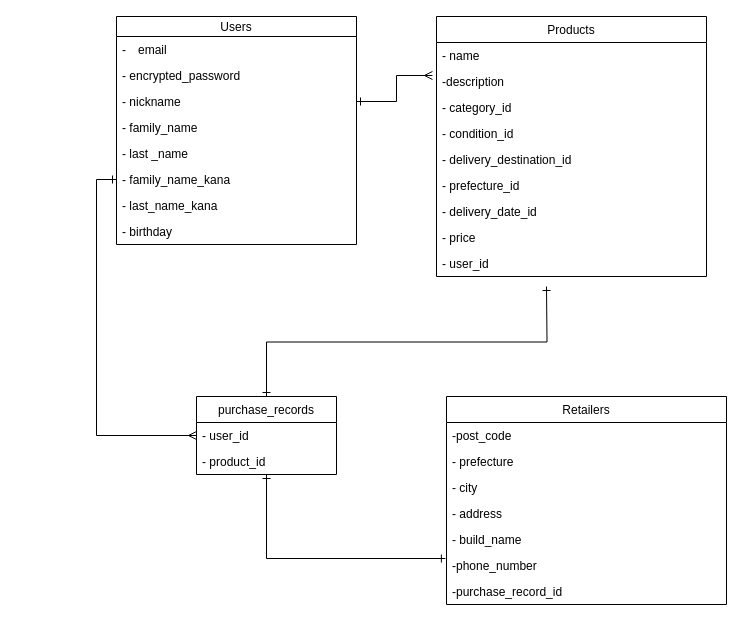
Above: furima_36079.dio in ayachuu/furima-36079 (draw.io), before the change. Source tidied: cells renumbered, new cells numbered last; positions are measured from the earlier drawing's top-left corner, leaving out a move shared by most shapes. Both pictures are drawn from the tidied source at 100%, with x=0, y=0 at pixel (116, 16).
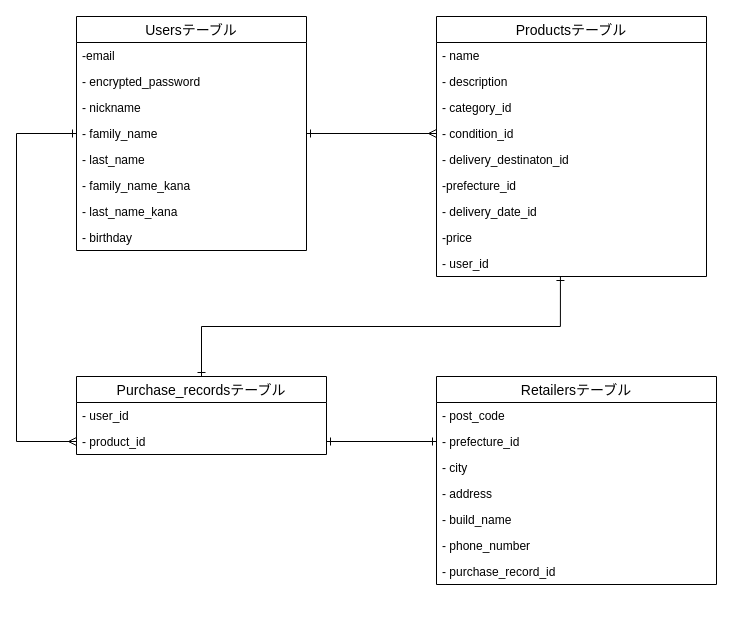
After the change.

Change to the diagram source:
```diff
@@
+    <mxCell id="36" value="Usersテーブル" style="swimlane;fontStyle=0;horizontal=1;startSize=26;fontSize=14;" parent="1" vertex="1">
+      <mxGeometry x="-40" width="230" height="234" as="geometry" />
+    </mxCell>
+    <mxCell id="37" value="-email&#10;&#10;" style="text;strokeColor=none;fillColor=none;align=left;verticalAlign=top;spacingLeft=4;spacingRight=4;overflow=hidden;" parent="36" vertex="1">
+      <mxGeometry y="26" width="230" height="26" as="geometry" />
+    </mxCell>
+    <mxCell id="38" value="- encrypted_password" style="text;strokeColor=none;fillColor=none;align=left;verticalAlign=top;spacingLeft=4;spacingRight=4;overflow=hidden;" parent="36" vertex="1">
+      <mxGeometry y="52" width="230" height="26" as="geometry" />
+    </mxCell>
+    <mxCell id="39" value="- nickname" style="text;strokeColor=none;fillColor=none;align=left;verticalAlign=top;spacingLeft=4;spacingRight=4;overflow=hidden;" parent="36" vertex="1">
+      <mxGeometry y="78" width="230" height="26" as="geometry" />
+    </mxCell>
+    <mxCell id="4" value="- family_name" style="text;strokeColor=none;fillColor=none;align=left;verticalAlign=top;spacingLeft=4;spacingRight=4;overflow=hidden;points=[[0,0.5],[1,0.5]];portConstraint=eastwest;" parent="36" vertex="1">
+      <mxGeometry y="104" width="230" height="26" as="geometry" />
+    </mxCell>
+    <mxCell id="8" value="- last_name" style="text;strokeColor=none;fillColor=none;align=left;verticalAlign=top;spacingLeft=4;spacingRight=4;overflow=hidden;points=[[0,0.5],[1,0.5]];portConstraint=eastwest;" parent="36" vertex="1">
+      <mxGeometry y="130" width="230" height="26" as="geometry" />
+    </mxCell>
+    <mxCell id="5" value="- family_name_kana" style="text;strokeColor=none;fillColor=none;align=left;verticalAlign=top;spacingLeft=4;spacingRight=4;overflow=hidden;points=[[0,0.5],[1,0.5]];portConstraint=eastwest;" parent="36" vertex="1">
+      <mxGeometry y="156" width="230" height="26" as="geometry" />
+    </mxCell>
+    <mxCell id="10" value="- last_name_kana" style="text;strokeColor=none;fillColor=none;align=left;verticalAlign=top;spacingLeft=4;spacingRight=4;overflow=hidden;" parent="36" vertex="1">
+      <mxGeometry y="182" width="230" height="26" as="geometry" />
+    </mxCell>
+    <mxCell id="40" value="- birthday" style="text;strokeColor=none;fillColor=none;align=left;verticalAlign=top;spacingLeft=4;spacingRight=4;overflow=hidden;" parent="36" vertex="1">
+      <mxGeometry y="208" width="230" height="26" as="geometry" />
+    </mxCell>
+    <mxCell id="24" style="edgeStyle=orthogonalEdgeStyle;rounded=0;jettySize=auto;html=1;exitX=0.5;exitY=0;exitDx=0;exitDy=0;entryX=0.459;entryY=1;entryDx=0;entryDy=0;entryPerimeter=0;fontSize=14;startArrow=ERone;startFill=0;endArrow=ERone;endFill=0;" parent="1" edge="1" source="41" target="51">
+      <mxGeometry relative="1" as="geometry" />
+    </mxCell>
+    <mxCell id="41" value="Purchase_recordsテーブル" style="swimlane;fontStyle=0;horizontal=1;startSize=26;fontSize=14;" parent="1" vertex="1">
+      <mxGeometry x="-40" y="360" width="250" height="78" as="geometry" />
+    </mxCell>
+    <mxCell id="42" value="- user_id" style="text;strokeColor=none;fillColor=none;align=left;verticalAlign=top;spacingLeft=4;spacingRight=4;overflow=hidden;" parent="41" vertex="1">
+      <mxGeometry y="26" width="250" height="26" as="geometry" />
+    </mxCell>
+    <mxCell id="34" value="- product_id" style="text;strokeColor=none;fillColor=none;align=left;verticalAlign=top;spacingLeft=4;spacingRight=4;overflow=hidden;points=[[0,0.5],[1,0.5]];portConstraint=eastwest;" parent="41" vertex="1">
+      <mxGeometry y="52" width="250" height="26" as="geometry" />
+    </mxCell>
+    <mxCell id="43" value="Retailersテーブル" style="swimlane;fontStyle=0;horizontal=1;startSize=26;fontSize=14;" parent="1" vertex="1">
+      <mxGeometry x="320" y="360" width="280" height="208" as="geometry" />
+    </mxCell>
+    <mxCell id="44" value="- post_code" style="text;strokeColor=none;fillColor=none;align=left;verticalAlign=top;spacingLeft=4;spacingRight=4;overflow=hidden;" parent="43" vertex="1">
+      <mxGeometry y="26" width="280" height="26" as="geometry" />
+    </mxCell>
+    <mxCell id="17" value="- prefecture_id" style="text;strokeColor=none;fillColor=none;align=left;verticalAlign=top;spacingLeft=4;spacingRight=4;overflow=hidden;points=[[0,0.5],[1,0.5]];portConstraint=eastwest;" parent="43" vertex="1">
+      <mxGeometry y="52" width="280" height="26" as="geometry" />
+    </mxCell>
+    <mxCell id="45" value="- city" style="text;strokeColor=none;fillColor=none;align=left;verticalAlign=top;spacingLeft=4;spacingRight=4;overflow=hidden;" parent="43" vertex="1">
+      <mxGeometry y="78" width="280" height="26" as="geometry" />
+    </mxCell>
+    <mxCell id="46" value="- address" style="text;strokeColor=none;fillColor=none;align=left;verticalAlign=top;spacingLeft=4;spacingRight=4;overflow=hidden;" parent="43" vertex="1">
+      <mxGeometry y="104" width="280" height="26" as="geometry" />
+    </mxCell>
+    <mxCell id="16" value="- build_name" style="text;strokeColor=none;fillColor=none;align=left;verticalAlign=top;spacingLeft=4;spacingRight=4;overflow=hidden;" parent="43" vertex="1">
+      <mxGeometry y="130" width="280" height="26" as="geometry" />
+    </mxCell>
+    <mxCell id="18" value="- phone_number" style="text;strokeColor=none;fillColor=none;align=left;verticalAlign=top;spacingLeft=4;spacingRight=4;overflow=hidden;" parent="43" vertex="1">
+      <mxGeometry y="156" width="280" height="26" as="geometry" />
+    </mxCell>
+    <mxCell id="21" value="- purchase_record_id" style="text;strokeColor=none;fillColor=none;align=left;verticalAlign=top;spacingLeft=4;spacingRight=4;overflow=hidden;" parent="43" vertex="1">
+      <mxGeometry y="182" width="280" height="26" as="geometry" />
+    </mxCell>
+    <mxCell id="47" value="Productsテーブル" style="swimlane;fontStyle=0;horizontal=1;startSize=26;fontSize=14;" parent="1" vertex="1">
+      <mxGeometry x="320" width="270" height="260" as="geometry" />
+    </mxCell>
+    <mxCell id="48" value="- name" style="text;strokeColor=none;fillColor=none;align=left;verticalAlign=top;spacingLeft=4;spacingRight=4;overflow=hidden;" parent="47" vertex="1">
+      <mxGeometry y="26" width="270" height="26" as="geometry" />
+    </mxCell>
+    <mxCell id="49" value="- description" style="text;strokeColor=none;fillColor=none;align=left;verticalAlign=top;spacingLeft=4;spacingRight=4;overflow=hidden;" parent="47" vertex="1">
+      <mxGeometry y="52" width="270" height="26" as="geometry" />
+    </mxCell>
-    <mxCell id="2" value="Users" style="swimlane;fontStyle=0;horizontal=1;startSize=20;rounded=0;sketch=0;" parent="1" vertex="1">
-      <mxGeometry width="240" height="228" as="geometry" />
+    <mxCell id="2" value="- category_id" style="text;strokeColor=none;fillColor=none;align=left;verticalAlign=top;spacingLeft=4;spacingRight=4;overflow=hidden;" parent="47" vertex="1">
+      <mxGeometry y="78" width="270" height="26" as="geometry" />
     </mxCell>
-    <mxCell id="3" value="-　email" style="text;strokeColor=none;fillColor=none;align=left;verticalAlign=top;spacingLeft=4;spacingRight=4;overflow=hidden;" parent="2" vertex="1">
-      <mxGeometry y="20" width="240" height="26" as="geometry" />
-    </mxCell>
-    <mxCell id="4" value="- encrypted_password&#10;&#10;" style="text;strokeColor=none;fillColor=none;align=left;verticalAlign=top;spacingLeft=4;spacingRight=4;overflow=hidden;points=[[0,0.5],[1,0.5]];portConstraint=eastwest;" parent="2" vertex="1">
-      <mxGeometry y="46" width="240" height="26" as="geometry" />
-    </mxCell>
-    <mxCell id="5" value="- nickname" style="text;strokeColor=none;fillColor=none;align=left;verticalAlign=top;spacingLeft=4;spacingRight=4;overflow=hidden;points=[[0,0.5],[1,0.5]];portConstraint=eastwest;" parent="2" vertex="1">
-      <mxGeometry y="72" width="240" height="26" as="geometry" />
-    </mxCell>
-    <mxCell id="6" value="- family_name" style="text;strokeColor=none;fillColor=none;align=left;verticalAlign=top;spacingLeft=4;spacingRight=4;overflow=hidden;" parent="2" vertex="1">
-      <mxGeometry y="98" width="240" height="26" as="geometry" />
-    </mxCell>
-    <mxCell id="7" value="- last _name" style="text;strokeColor=none;fillColor=none;align=left;verticalAlign=top;spacingLeft=4;spacingRight=4;overflow=hidden;" parent="2" vertex="1">
-      <mxGeometry y="124" width="240" height="26" as="geometry" />
-    </mxCell>
-    <mxCell id="8" value="- family_name_kana" style="text;strokeColor=none;fillColor=none;align=left;verticalAlign=top;spacingLeft=4;spacingRight=4;overflow=hidden;points=[[0,0.5],[1,0.5]];portConstraint=eastwest;" parent="2" vertex="1">
-      <mxGeometry y="150" width="240" height="26" as="geometry" />
-    </mxCell>
-    <mxCell id="9" value="- last_name_kana" style="text;strokeColor=none;fillColor=none;align=left;verticalAlign=top;spacingLeft=4;spacingRight=4;overflow=hidden;" parent="2" vertex="1">
-      <mxGeometry y="176" width="240" height="26" as="geometry" />
-    </mxCell>
-    <mxCell id="10" value="- birthday" style="text;strokeColor=none;fillColor=none;align=left;verticalAlign=top;spacingLeft=4;spacingRight=4;overflow=hidden;" parent="2" vertex="1">
-      <mxGeometry y="202" width="240" height="26" as="geometry" />
-    </mxCell>
-    <mxCell id="11" value="Products" style="swimlane;fontStyle=0;horizontal=1;startSize=26;rounded=0;sketch=0;" parent="1" vertex="1">
-      <mxGeometry x="320" width="270" height="260" as="geometry" />
+    <mxCell id="11" value="- condition_id" style="text;strokeColor=none;fillColor=none;align=left;verticalAlign=top;spacingLeft=4;spacingRight=4;overflow=hidden;points=[[0,0.5],[1,0.5]];portConstraint=eastwest;" parent="47" vertex="1">
+      <mxGeometry y="104" width="270" height="26" as="geometry" />
     </mxCell>
+    <mxCell id="50" value="- delivery_destinaton_id" style="text;strokeColor=none;fillColor=none;align=left;verticalAlign=top;spacingLeft=4;spacingRight=4;overflow=hidden;" parent="47" vertex="1">
+      <mxGeometry y="130" width="270" height="26" as="geometry" />
+    </mxCell>
-    <mxCell id="12" value="- name" style="text;strokeColor=none;fillColor=none;align=left;verticalAlign=top;spacingLeft=4;spacingRight=4;overflow=hidden;" parent="11" vertex="1">
-      <mxGeometry y="26" width="270" height="26" as="geometry" />
+    <mxCell id="12" value="-prefecture_id" style="text;strokeColor=none;fillColor=none;align=left;verticalAlign=top;spacingLeft=4;spacingRight=4;overflow=hidden;" parent="47" vertex="1">
+      <mxGeometry y="156" width="270" height="26" as="geometry" />
     </mxCell>
-    <mxCell id="13" value="-description" style="text;strokeColor=none;fillColor=none;align=left;verticalAlign=top;spacingLeft=4;spacingRight=4;overflow=hidden;points=[[0,0.5],[1,0.5]];portConstraint=eastwest;" parent="11" vertex="1">
-      <mxGeometry y="52" width="270" height="26" as="geometry" />
+    <mxCell id="13" value="- delivery_date_id" style="text;strokeColor=none;fillColor=none;align=left;verticalAlign=top;spacingLeft=4;spacingRight=4;overflow=hidden;points=[[0,0.5],[1,0.5]];portConstraint=eastwest;" parent="47" vertex="1">
+      <mxGeometry y="182" width="270" height="26" as="geometry" />
     </mxCell>
-    <mxCell id="14" value="- category_id" style="text;strokeColor=none;fillColor=none;align=left;verticalAlign=top;spacingLeft=4;spacingRight=4;overflow=hidden;" parent="11" vertex="1">
-      <mxGeometry y="78" width="270" height="26" as="geometry" />
+    <mxCell id="14" value="-price" style="text;strokeColor=none;fillColor=none;align=left;verticalAlign=top;spacingLeft=4;spacingRight=4;overflow=hidden;" parent="47" vertex="1">
+      <mxGeometry y="208" width="270" height="26" as="geometry" />
     </mxCell>
+    <mxCell id="51" value="- user_id" style="text;strokeColor=none;fillColor=none;align=left;verticalAlign=top;spacingLeft=4;spacingRight=4;overflow=hidden;points=[[0,0.5],[1,0.5]];portConstraint=eastwest;" parent="47" vertex="1">
+      <mxGeometry y="234" width="270" height="26" as="geometry" />
+    </mxCell>
-    <mxCell id="15" value="- condition_id" style="text;strokeColor=none;fillColor=none;align=left;verticalAlign=top;spacingLeft=4;spacingRight=4;overflow=hidden;" parent="11" vertex="1">
-      <mxGeometry y="104" width="270" height="26" as="geometry" />
+    <mxCell id="15" style="edgeStyle=orthogonalEdgeStyle;rounded=0;jettySize=auto;html=1;exitX=1;exitY=0.5;exitDx=0;exitDy=0;entryX=0;entryY=0.5;entryDx=0;entryDy=0;fontSize=14;startArrow=ERone;startFill=0;endArrow=ERmany;endFill=0;" parent="1" edge="1" source="4" target="11">
+      <mxGeometry relative="1" as="geometry" />
     </mxCell>
-    <mxCell id="16" value="- delivery_destination_id" style="text;strokeColor=none;fillColor=none;align=left;verticalAlign=top;spacingLeft=4;spacingRight=4;overflow=hidden;" parent="11" vertex="1">
-      <mxGeometry y="130" width="270" height="26" as="geometry" />
-    </mxCell>
-    <mxCell id="17" value="- prefecture_id" style="text;strokeColor=none;fillColor=none;align=left;verticalAlign=top;spacingLeft=4;spacingRight=4;overflow=hidden;points=[[0,0.5],[1,0.5]];portConstraint=eastwest;" parent="11" vertex="1">
-      <mxGeometry y="156" width="270" height="26" as="geometry" />
-    </mxCell>
-    <mxCell id="18" value="- delivery_date_id" style="text;strokeColor=none;fillColor=none;align=left;verticalAlign=top;spacingLeft=4;spacingRight=4;overflow=hidden;" parent="11" vertex="1">
-      <mxGeometry y="182" width="270" height="26" as="geometry" />
-    </mxCell>
-    <mxCell id="19" value="- price" style="text;strokeColor=none;fillColor=none;align=left;verticalAlign=top;spacingLeft=4;spacingRight=4;overflow=hidden;" parent="11" vertex="1">
-      <mxGeometry y="208" width="270" height="26" as="geometry" />
-    </mxCell>
-    <mxCell id="20" value="- user_id&#10;" style="text;strokeColor=none;fillColor=none;align=left;verticalAlign=top;spacingLeft=4;spacingRight=4;overflow=hidden;" parent="11" vertex="1">
-      <mxGeometry y="234" width="270" height="26" as="geometry" />
-    </mxCell>
-    <mxCell id="21" value="Retailers" style="swimlane;fontStyle=0;horizontal=1;startSize=26;rounded=0;sketch=0;" parent="1" vertex="1">
-      <mxGeometry x="330" y="380" width="280" height="208" as="geometry" />
-    </mxCell>
-    <mxCell id="22" value="-post_code" style="text;strokeColor=none;fillColor=none;align=left;verticalAlign=top;spacingLeft=4;spacingRight=4;overflow=hidden;" parent="21" vertex="1">
-      <mxGeometry y="26" width="280" height="26" as="geometry" />
-    </mxCell>
-    <mxCell id="23" value="- prefecture" style="text;strokeColor=none;fillColor=none;align=left;verticalAlign=top;spacingLeft=4;spacingRight=4;overflow=hidden;" parent="21" vertex="1">
-      <mxGeometry y="52" width="280" height="26" as="geometry" />
-    </mxCell>
-    <mxCell id="24" value="- city" style="text;strokeColor=none;fillColor=none;align=left;verticalAlign=top;spacingLeft=4;spacingRight=4;overflow=hidden;" parent="21" vertex="1">
-      <mxGeometry y="78" width="280" height="26" as="geometry" />
-    </mxCell>
-    <mxCell id="25" value="- address" style="text;strokeColor=none;fillColor=none;align=left;verticalAlign=top;spacingLeft=4;spacingRight=4;overflow=hidden;" parent="21" vertex="1">
-      <mxGeometry y="104" width="280" height="26" as="geometry" />
+    <mxCell id="25" style="edgeStyle=orthogonalEdgeStyle;rounded=0;jettySize=auto;html=1;exitX=1;exitY=0.5;exitDx=0;exitDy=0;entryX=0;entryY=0.5;entryDx=0;entryDy=0;fontSize=14;startArrow=ERone;startFill=0;endArrow=ERone;endFill=0;" parent="1" edge="1" source="34" target="17">
+      <mxGeometry relative="1" as="geometry" />
     </mxCell>
-    <mxCell id="26" value="- build_name" style="text;strokeColor=none;fillColor=none;align=left;verticalAlign=top;spacingLeft=4;spacingRight=4;overflow=hidden;" parent="21" vertex="1">
-      <mxGeometry y="130" width="280" height="26" as="geometry" />
+    <mxCell id="26" style="edgeStyle=orthogonalEdgeStyle;rounded=0;jettySize=auto;html=1;exitX=0;exitY=0.5;exitDx=0;exitDy=0;entryX=0;entryY=0.5;entryDx=0;entryDy=0;fontSize=14;startArrow=ERone;startFill=0;endArrow=ERmany;endFill=0;" parent="1" edge="1" source="4" target="34">
+      <mxGeometry relative="1" as="geometry">
+        <Array as="points">
+          <mxPoint x="-100" y="117" />
+          <mxPoint x="-100" y="425" />
+        </Array>
+      </mxGeometry>
     </mxCell>
-    <mxCell id="27" value="-phone_number" style="text;strokeColor=none;fillColor=none;align=left;verticalAlign=top;spacingLeft=4;spacingRight=4;overflow=hidden;points=[[0,0.5],[1,0.5]];portConstraint=eastwest;" parent="21" vertex="1">
-      <mxGeometry y="156" width="280" height="26" as="geometry" />
-    </mxCell>
-    <mxCell id="28" value="-purchase_record_id" style="text;strokeColor=none;fillColor=none;align=left;verticalAlign=top;spacingLeft=4;spacingRight=4;overflow=hidden;" parent="21" vertex="1">
-      <mxGeometry y="182" width="280" height="26" as="geometry" />
-    </mxCell>
-    <mxCell id="29" style="edgeStyle=orthogonalEdgeStyle;rounded=0;jettySize=auto;html=1;exitX=1;exitY=0.5;exitDx=0;exitDy=0;entryX=-0.015;entryY=0.269;entryDx=0;entryDy=0;entryPerimeter=0;startArrow=ERone;startFill=0;endArrow=ERmany;endFill=0;" parent="1" edge="1" source="5" target="13">
-      <mxGeometry relative="1" as="geometry" />
-    </mxCell>
-    <mxCell id="30" style="edgeStyle=orthogonalEdgeStyle;rounded=0;jettySize=auto;html=1;entryX=-0.004;entryY=0.231;entryDx=0;entryDy=0;entryPerimeter=0;startArrow=ERone;startFill=0;endArrow=ERone;endFill=0;" parent="1" edge="1" source="32" target="27">
-      <mxGeometry relative="1" as="geometry" />
-    </mxCell>
-    <mxCell id="31" style="edgeStyle=orthogonalEdgeStyle;rounded=0;jettySize=auto;html=1;exitX=0.5;exitY=0;exitDx=0;exitDy=0;startArrow=ERone;startFill=0;endArrow=ERone;endFill=0;" parent="1" edge="1" source="32">
-      <mxGeometry relative="1" as="geometry">
-        <mxPoint x="430" y="270" as="targetPoint" />
-      </mxGeometry>
-    </mxCell>
-    <mxCell id="32" value="purchase_records" style="swimlane;fontStyle=0;horizontal=1;startSize=26;" parent="1" vertex="1">
-      <mxGeometry x="80" y="380" width="140" height="78" as="geometry" />
-    </mxCell>
-    <mxCell id="33" value="- user_id" style="text;strokeColor=none;fillColor=none;align=left;verticalAlign=top;spacingLeft=4;spacingRight=4;overflow=hidden;points=[[0,0.5],[1,0.5]];portConstraint=eastwest;" parent="32" vertex="1">
-      <mxGeometry y="26" width="140" height="26" as="geometry" />
-    </mxCell>
-    <mxCell id="34" value="- product_id" style="text;strokeColor=none;fillColor=none;align=left;verticalAlign=top;spacingLeft=4;spacingRight=4;overflow=hidden;points=[[0,0.5],[1,0.5]];portConstraint=eastwest;" parent="32" vertex="1">
-      <mxGeometry y="52" width="140" height="26" as="geometry" />
-    </mxCell>
-    <mxCell id="35" style="edgeStyle=orthogonalEdgeStyle;rounded=0;jettySize=auto;html=1;exitX=0;exitY=0.5;exitDx=0;exitDy=0;startArrow=ERone;startFill=0;endArrow=ERmany;endFill=0;" parent="1" edge="1" source="8" target="33">
-      <mxGeometry relative="1" as="geometry" />
-    </mxCell>
```
